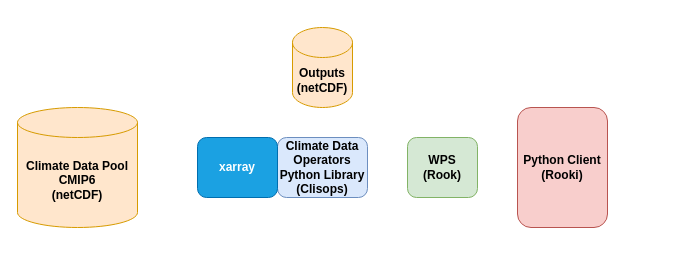
cehbrecht/ogc-talk-rook-4cds keeps this draw.io diagram as Untitled Diagram.drawio. Above is the earlier version. Source tidied: cells renumbered, new cells numbered last; positions are measured from the earlier drawing's top-left corner, leaving out a move shared by most shapes. Both pictures are drawn from the tidied source at 100%, with x=0, y=0 at pixel (17, 27).
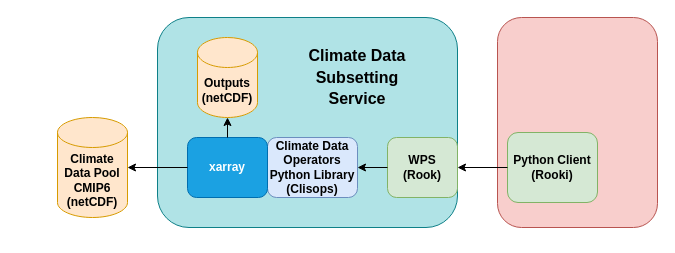
Above is the later version.

The edit, as a diff of the source:
```diff
@@
 <mxGraphModel>
   <root>
     <mxCell id="0" />
     <mxCell id="1" parent="0" />
+    <mxCell id="8" style="rounded=1;whiteSpace=wrap;html=1;fontSize=18;fillColor=#f8cecc;strokeColor=#b85450;" parent="1" vertex="1">
+      <mxGeometry x="480" y="-10" width="160" height="210" as="geometry" />
+    </mxCell>
+    <mxCell id="9" style="rounded=1;whiteSpace=wrap;html=1;fillColor=#b0e3e6;strokeColor=#0e8088;" parent="1" vertex="1">
+      <mxGeometry x="140" y="-10" width="300" height="210" as="geometry" />
+    </mxCell>
-    <mxCell id="2" value="&lt;b&gt;Python Client&lt;br&gt;(Rooki)&lt;/b&gt;" style="rounded=1;whiteSpace=wrap;html=1;fillColor=#f8cecc;strokeColor=#b85450;" parent="1" vertex="1">
-      <mxGeometry x="500" y="80" width="90" height="120" as="geometry" />
+    <mxCell id="2" value="&lt;b&gt;Python Client&lt;br&gt;(Rooki)&lt;/b&gt;" style="rounded=1;whiteSpace=wrap;html=1;fillColor=#d5e8d4;strokeColor=#82b366;" parent="1" vertex="1">
+      <mxGeometry x="490" y="105" width="90" height="70" as="geometry" />
     </mxCell>
     <mxCell id="3" value="&lt;b&gt;WPS&lt;br&gt;(Rook)&lt;/b&gt;" style="rounded=1;whiteSpace=wrap;html=1;fillColor=#d5e8d4;strokeColor=#82b366;" parent="1" vertex="1">
-      <mxGeometry x="390" y="110" width="70" height="60" as="geometry" />
+      <mxGeometry x="370" y="110" width="70" height="60" as="geometry" />
     </mxCell>
     <mxCell id="4" value="&lt;b&gt;Climate Data Operators&lt;br&gt;Python Library&lt;br&gt;(Clisops)&lt;/b&gt;" style="rounded=1;whiteSpace=wrap;html=1;fillColor=#dae8fc;strokeColor=#6c8ebf;" parent="1" vertex="1">
-      <mxGeometry x="260" y="110" width="90" height="60" as="geometry" />
+      <mxGeometry x="250" y="110" width="90" height="60" as="geometry" />
     </mxCell>
     <mxCell id="5" value="&lt;b&gt;xarray&lt;/b&gt;" style="rounded=1;whiteSpace=wrap;html=1;fillColor=#1ba1e2;strokeColor=#006EAF;fontColor=#ffffff;" parent="1" vertex="1">
-      <mxGeometry x="180" y="110" width="80" height="60" as="geometry" />
+      <mxGeometry x="170" y="110" width="80" height="60" as="geometry" />
     </mxCell>
     <mxCell id="6" value="&lt;b&gt;Climate Data Pool&lt;br&gt;CMIP6&lt;br&gt;(netCDF)&lt;/b&gt;" style="shape=cylinder3;whiteSpace=wrap;html=1;boundedLbl=1;backgroundOutline=1;size=15;fillColor=#ffe6cc;strokeColor=#d79b00;" parent="1" vertex="1">
-      <mxGeometry y="80" width="120" height="120" as="geometry" />
+      <mxGeometry x="40" y="90" width="70" height="100" as="geometry" />
     </mxCell>
     <mxCell id="7" value="&lt;b&gt;Outputs&lt;br&gt;(netCDF)&lt;/b&gt;" style="shape=cylinder3;whiteSpace=wrap;html=1;boundedLbl=1;backgroundOutline=1;size=15;fillColor=#ffe6cc;strokeColor=#d79b00;" parent="1" vertex="1">
-      <mxGeometry x="275" width="60" height="80" as="geometry" />
+      <mxGeometry x="180" y="10" width="60" height="80" as="geometry" />
     </mxCell>
+    <mxCell id="10" value="&lt;font style=&quot;font-size: 16px&quot;&gt;Climate Data&lt;br&gt;Subsetting&lt;br&gt;Service&lt;/font&gt;" style="text;html=1;strokeColor=none;fillColor=none;align=center;verticalAlign=middle;whiteSpace=wrap;rounded=0;fontStyle=1;fontSize=18;" parent="1" vertex="1">
+      <mxGeometry x="260" y="40" width="160" height="20" as="geometry" />
+    </mxCell>
+    <mxCell id="11" style="endArrow=classic;html=1;fontSize=18;exitX=0;exitY=0.5;exitDx=0;exitDy=0;" parent="1" edge="1" source="5" target="6">
+      <mxGeometry relative="1" as="geometry" />
+    </mxCell>
+    <mxCell id="12" style="endArrow=classic;html=1;fontSize=18;exitX=0.5;exitY=0;exitDx=0;exitDy=0;entryX=0.5;entryY=1;entryDx=0;entryDy=0;entryPerimeter=0;" parent="1" edge="1" source="5" target="7">
+      <mxGeometry relative="1" as="geometry" />
+    </mxCell>
+    <mxCell id="13" style="endArrow=classic;html=1;fontSize=18;exitX=0;exitY=0.5;exitDx=0;exitDy=0;entryX=1;entryY=0.5;entryDx=0;entryDy=0;" parent="1" edge="1" source="3" target="4">
+      <mxGeometry relative="1" as="geometry" />
+    </mxCell>
+    <mxCell id="14" style="edgeStyle=orthogonalEdgeStyle;rounded=0;orthogonalLoop=1;jettySize=auto;html=1;exitX=0.5;exitY=1;exitDx=0;exitDy=0;fontSize=18;" parent="1" edge="1" source="9" target="9">
+      <mxGeometry relative="1" as="geometry" />
+    </mxCell>
+    <mxCell id="15" style="edgeStyle=orthogonalEdgeStyle;rounded=0;orthogonalLoop=1;jettySize=auto;html=1;exitX=0.5;exitY=1;exitDx=0;exitDy=0;exitPerimeter=0;fontSize=18;" parent="1" edge="1" source="6" target="6">
+      <mxGeometry relative="1" as="geometry" />
+    </mxCell>
+    <mxCell id="16" style="edgeStyle=orthogonalEdgeStyle;rounded=0;orthogonalLoop=1;jettySize=auto;html=1;exitX=0.5;exitY=1;exitDx=0;exitDy=0;fontSize=18;" parent="1" edge="1" source="2" target="2">
+      <mxGeometry relative="1" as="geometry" />
+    </mxCell>
+    <mxCell id="17" style="endArrow=classic;html=1;fontSize=18;exitX=0;exitY=0.5;exitDx=0;exitDy=0;entryX=1;entryY=0.5;entryDx=0;entryDy=0;" parent="1" edge="1" source="2" target="3">
+      <mxGeometry relative="1" as="geometry" />
+    </mxCell>
   </root>
 </mxGraphModel>
```
